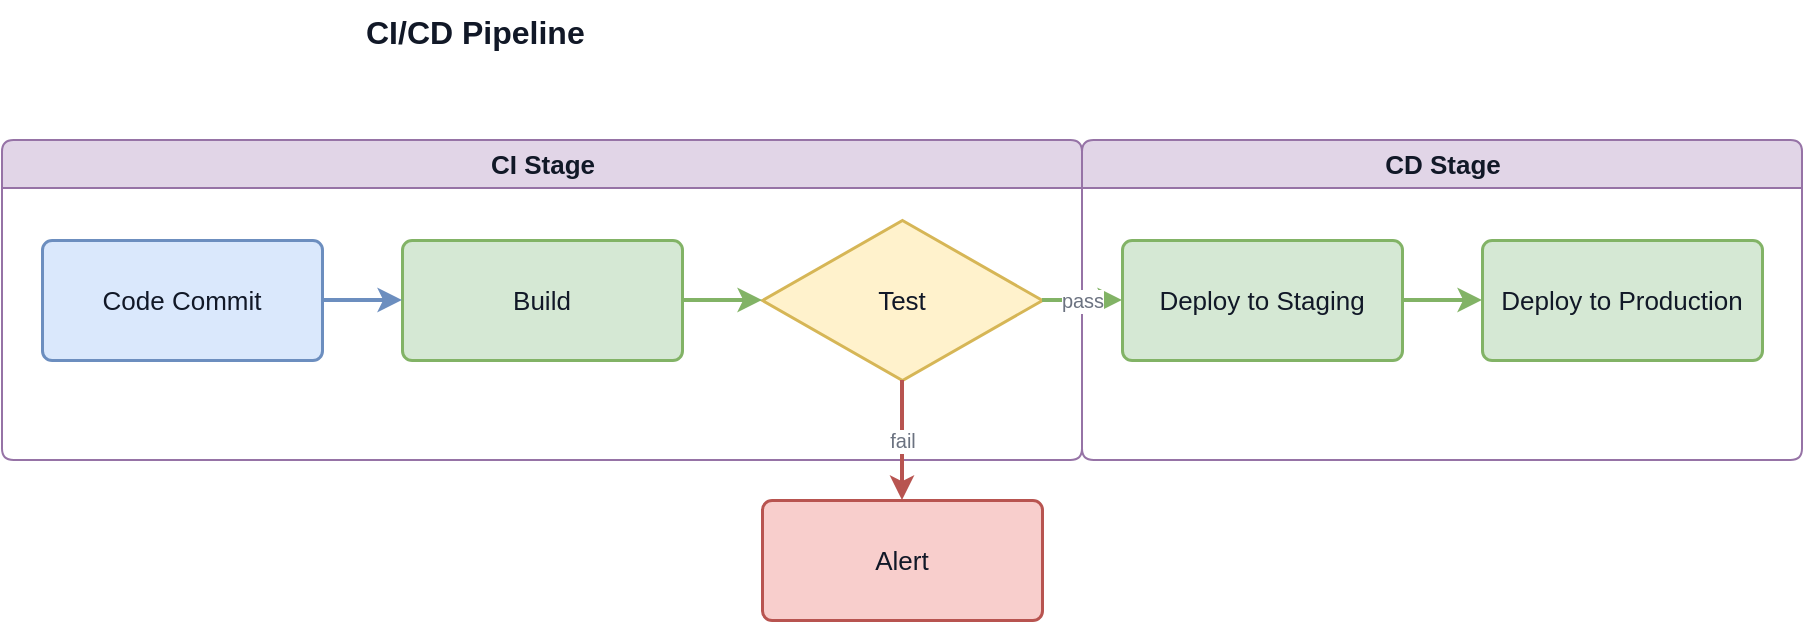
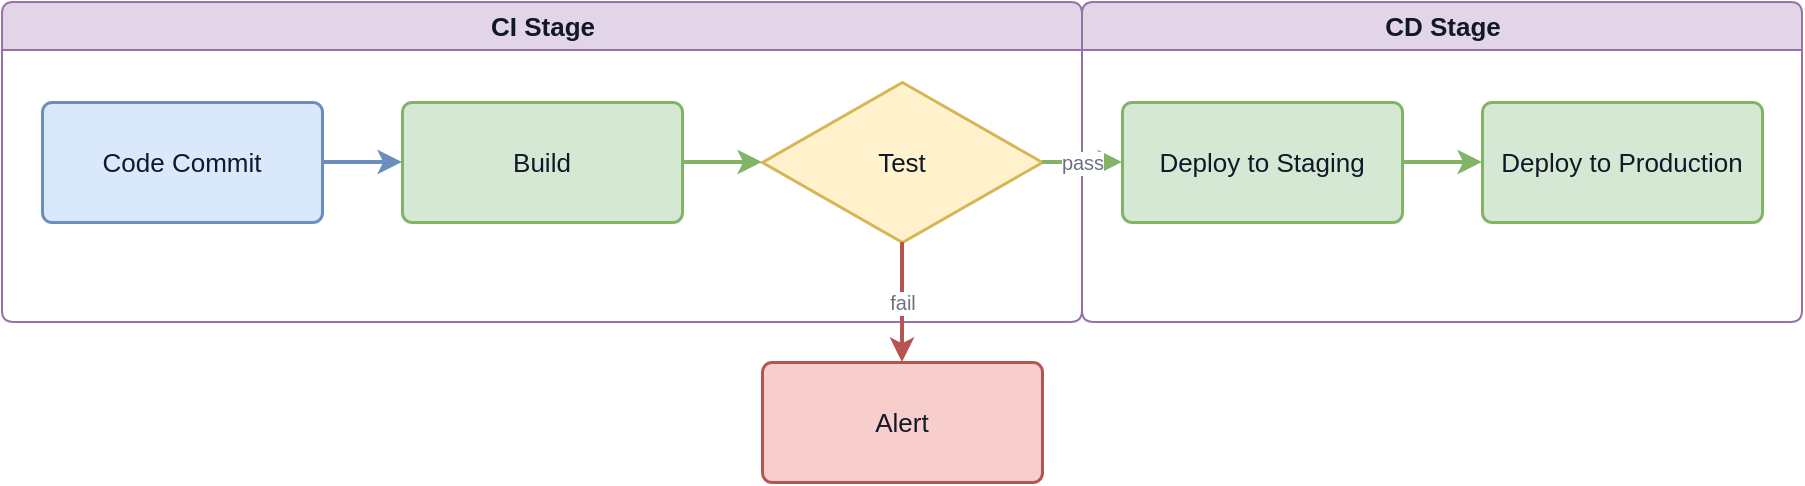
<mxGraphModel adaptiveColors="auto">
  <root>
    <mxCell id="0"/>
    <mxCell id="1" parent="0"/>
-     <mxCell id="2" value="CI/CD Pipeline" style="text;html=1;fillColor=none;fontSize=16;fontColor=#111827;fontStyle=1;" parent="1" vertex="1">
-       <mxGeometry x="200" y="20" width="300" height="30" as="geometry"/>
-     </mxCell>
    <mxCell id="3" value="CI Stage" style="swimlane;startSize=24;rounded=1;arcSize=8;strokeWidth=1;strokeDashPattern=4 3;html=1;fillColor=#e1d5e7;strokeColor=#9673a6;fontColor=#111827;fontSize=13;" parent="1" vertex="1">
      <mxGeometry x="20" y="90" width="540" height="160" as="geometry"/>
    </mxCell>
    <mxCell id="4" value="Code Commit" style="rounded=1;whiteSpace=wrap;html=1;arcSize=8;strokeWidth=1.5;fontSize=13;fillColor=#dae8fc;strokeColor=#6c8ebf;fontColor=#111827;" parent="1" vertex="1">
      <mxGeometry x="40" y="140" width="140" height="60" as="geometry"/>
    </mxCell>
    <mxCell id="5" value="Build" style="rounded=1;whiteSpace=wrap;html=1;arcSize=8;strokeWidth=1.5;fontSize=13;fillColor=#d5e8d4;strokeColor=#82b366;fontColor=#111827;" parent="1" vertex="1">
      <mxGeometry x="220" y="140" width="140" height="60" as="geometry"/>
    </mxCell>
    <mxCell id="6" value="Test" style="rhombus;whiteSpace=wrap;html=1;arcSize=8;strokeWidth=1.5;fontSize=13;fillColor=#fff2cc;strokeColor=#d6b656;fontColor=#111827;" parent="1" vertex="1">
      <mxGeometry x="400" y="130" width="140" height="80" as="geometry"/>
    </mxCell>
    <mxCell id="7" value="Alert" style="rounded=1;whiteSpace=wrap;html=1;arcSize=8;strokeWidth=1.5;fontSize=13;fillColor=#f8cecc;strokeColor=#b85450;fontColor=#111827;" parent="1" vertex="1">
      <mxGeometry x="400" y="270" width="140" height="60" as="geometry"/>
    </mxCell>
    <mxCell id="8" value="CD Stage" style="swimlane;startSize=24;rounded=1;arcSize=8;strokeWidth=1;strokeDashPattern=4 3;html=1;fillColor=#e1d5e7;strokeColor=#9673a6;fontColor=#111827;fontSize=13;" parent="1" vertex="1">
      <mxGeometry x="560" y="90" width="360" height="160" as="geometry"/>
    </mxCell>
    <mxCell id="9" value="Deploy to Staging" style="rounded=1;whiteSpace=wrap;html=1;arcSize=8;strokeWidth=1.5;fontSize=13;fillColor=#d5e8d4;strokeColor=#82b366;fontColor=#111827;" parent="1" vertex="1">
      <mxGeometry x="580" y="140" width="140" height="60" as="geometry"/>
    </mxCell>
    <mxCell id="10" value="Deploy to Production" style="rounded=1;whiteSpace=wrap;html=1;arcSize=8;strokeWidth=1.5;fontSize=13;fillColor=#d5e8d4;strokeColor=#82b366;fontColor=#111827;" parent="1" vertex="1">
      <mxGeometry x="760" y="140" width="140" height="60" as="geometry"/>
    </mxCell>
    <mxCell id="11" style="edgeStyle=orthogonalEdgeStyle;rounded=0;orthogonalLoop=1;jettySize=auto;html=1;strokeWidth=2;endArrow=classic;endFill=1;strokeColor=#6c8ebf;" parent="1" source="4" target="5" edge="1">
      <mxGeometry relative="1" as="geometry"/>
    </mxCell>
    <mxCell id="12" style="edgeStyle=orthogonalEdgeStyle;rounded=0;orthogonalLoop=1;jettySize=auto;html=1;strokeWidth=2;endArrow=classic;endFill=1;strokeColor=#82b366;" parent="1" source="5" target="6" edge="1">
      <mxGeometry relative="1" as="geometry"/>
    </mxCell>
    <mxCell id="13" value="pass" style="edgeStyle=orthogonalEdgeStyle;rounded=0;orthogonalLoop=1;jettySize=auto;html=1;strokeWidth=2;endArrow=classic;endFill=1;strokeColor=#82b366;fontColor=#6b7280;fontSize=10;" parent="1" source="6" target="9" edge="1">
      <mxGeometry relative="1" as="geometry"/>
    </mxCell>
    <mxCell id="14" value="fail" style="edgeStyle=orthogonalEdgeStyle;rounded=0;orthogonalLoop=1;jettySize=auto;html=1;strokeWidth=2;endArrow=classic;endFill=1;strokeColor=#b85450;fontColor=#6b7280;fontSize=10;" parent="1" source="6" target="7" edge="1">
      <mxGeometry relative="1" as="geometry"/>
    </mxCell>
    <mxCell id="15" style="edgeStyle=orthogonalEdgeStyle;rounded=0;orthogonalLoop=1;jettySize=auto;html=1;strokeWidth=2;endArrow=classic;endFill=1;strokeColor=#82b366;" parent="1" source="9" target="10" edge="1">
      <mxGeometry relative="1" as="geometry"/>
    </mxCell>
  </root>
</mxGraphModel>
